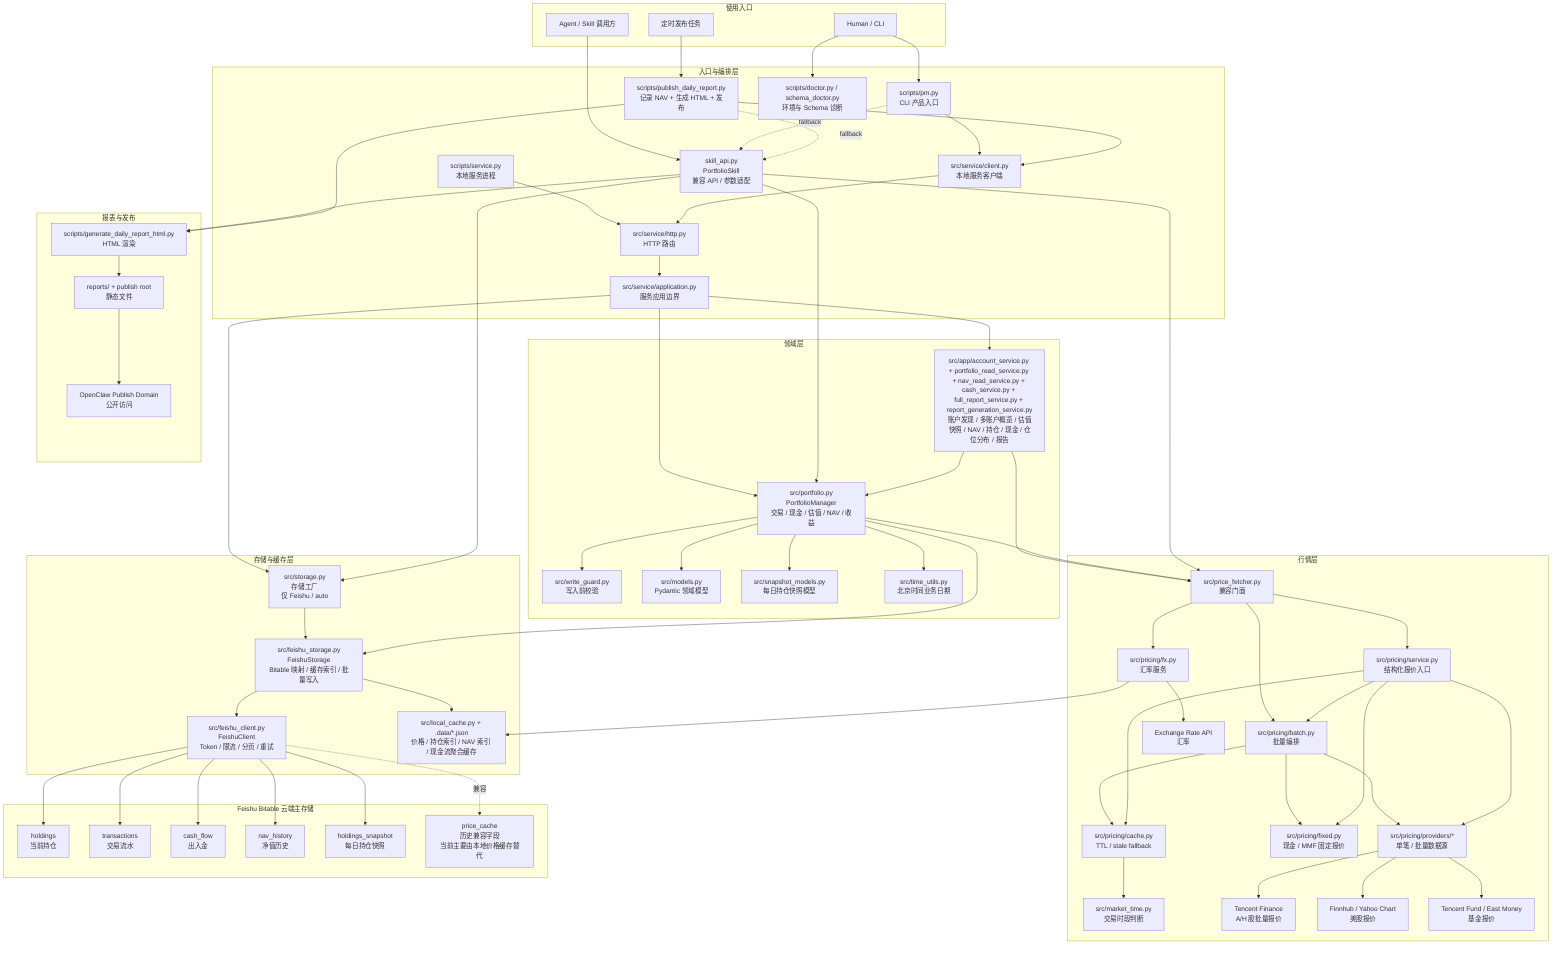
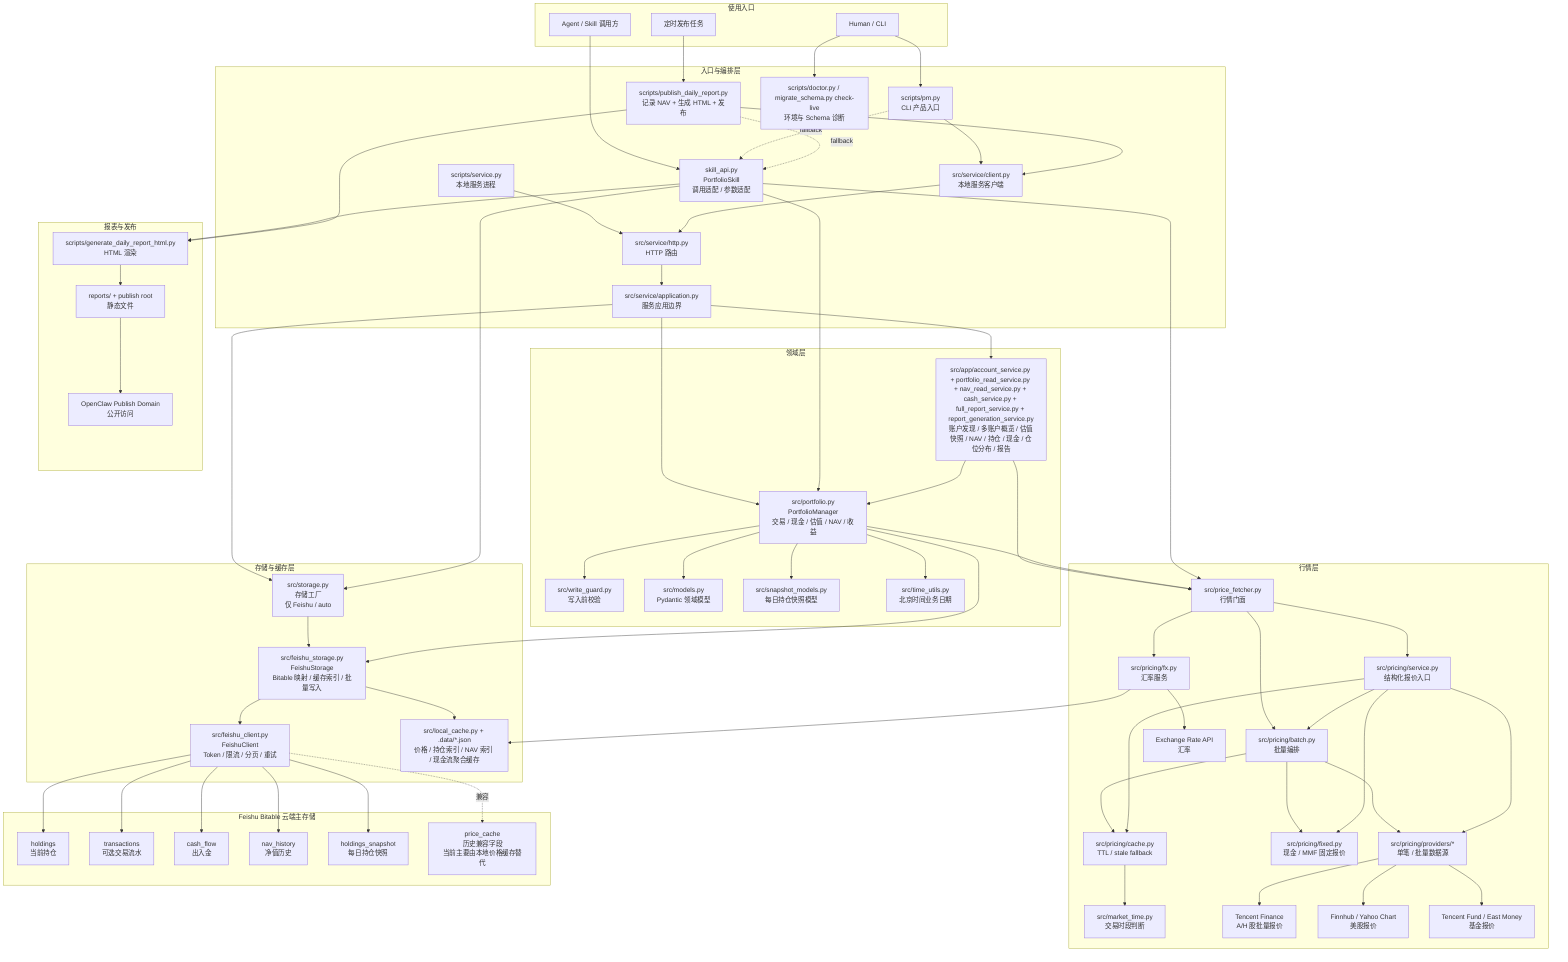
flowchart TB
    subgraph Operators["使用入口"]
        Agent["Agent / Skill 调用方"]
        Human["Human / CLI"]
        Scheduler["定时发布任务"]
    end

    subgraph Entry["入口与编排层"]
-         SkillAPI["skill_api.py<br/>PortfolioSkill<br/>兼容 API / 参数适配"]
+         SkillAPI["skill_api.py<br/>PortfolioSkill<br/>调用适配 / 参数适配"]
        CLI["scripts/pm.py<br/>CLI 产品入口"]
        ServiceRunner["scripts/service.py<br/>本地服务进程"]
        ServiceClient["src/service/client.py<br/>本地服务客户端"]
        ServiceHTTP["src/service/http.py<br/>HTTP 路由"]
        ServiceApp["src/service/application.py<br/>服务应用边界"]
        Publish["scripts/publish_daily_report.py<br/>记录 NAV + 生成 HTML + 发布"]
-         Doctor["scripts/doctor.py / schema_doctor.py<br/>环境与 Schema 诊断"]
+         Doctor["scripts/doctor.py / migrate_schema.py check-live<br/>环境与 Schema 诊断"]
    end

    subgraph Domain["领域层"]
        PM["src/portfolio.py<br/>PortfolioManager<br/>交易 / 现金 / 估值 / NAV / 收益"]
        AppRead["src/app/account_service.py + portfolio_read_service.py + nav_read_service.py + cash_service.py + full_report_service.py + report_generation_service.py<br/>账户发现 / 多账户概览 / 估值快照 / NAV / 持仓 / 现金 / 仓位分布 / 报告"]
        Guard["src/write_guard.py<br/>写入前校验"]
        Models["src/models.py<br/>Pydantic 领域模型"]
        Snapshot["src/snapshot_models.py<br/>每日持仓快照模型"]
        Time["src/time_utils.py<br/>北京时间业务日期"]
    end

    subgraph Pricing["行情层"]
-         PF["src/price_fetcher.py<br/>兼容门面"]
+         PF["src/price_fetcher.py<br/>行情门面"]
        PS["src/pricing/service.py<br/>结构化报价入口"]
        PBatch["src/pricing/batch.py<br/>批量编排"]
        PCache["src/pricing/cache.py<br/>TTL / stale fallback"]
        PFixed["src/pricing/fixed.py<br/>现金 / MMF 固定报价"]
        PFX["src/pricing/fx.py<br/>汇率服务"]
        PProviders["src/pricing/providers/*<br/>单笔 / 批量数据源"]
        MarketTime["src/market_time.py<br/>交易时段判断"]
        Tencent["Tencent Finance<br/>A/H 股批量报价"]
        USQuote["Finnhub / Yahoo Chart<br/>美股报价"]
        FundQuote["Tencent Fund / East Money<br/>基金报价"]
        FX["Exchange Rate API<br/>汇率"]
    end

    subgraph Storage["存储与缓存层"]
        Factory["src/storage.py<br/>存储工厂<br/>仅 Feishu / auto"]
        FS["src/feishu_storage.py<br/>FeishuStorage<br/>Bitable 映射 / 缓存索引 / 批量写入"]
        FC["src/feishu_client.py<br/>FeishuClient<br/>Token / 限流 / 分页 / 重试"]
        LocalCache["src/local_cache.py + .data/*.json<br/>价格 / 持仓索引 / NAV 索引 / 现金流聚合缓存"]
    end

    subgraph Bitable["Feishu Bitable 云端主存储"]
        Holdings["holdings<br/>当前持仓"]
-         Tx["transactions<br/>交易流水"]
+         Tx["transactions<br/>可选交易流水"]
        CashFlow["cash_flow<br/>出入金"]
        NAV["nav_history<br/>净值历史"]
        HoldingsSnapshot["holdings_snapshot<br/>每日持仓快照"]
        PriceCache["price_cache<br/>历史兼容字段<br/>当前主要由本地价格缓存替代"]
    end

    subgraph Report["报表与发布"]
        DailyHTML["scripts/generate_daily_report_html.py<br/>HTML 渲染"]
        Static["reports/ + publish root<br/>静态文件"]
        PublicSite["OpenClaw Publish Domain<br/>公开访问"]
    end

    Agent --> SkillAPI
    Human --> CLI
    Human --> Doctor
    Scheduler --> Publish

    CLI --> ServiceClient
    CLI -.fallback.-> SkillAPI
    ServiceRunner --> ServiceHTTP
    ServiceClient --> ServiceHTTP
    ServiceHTTP --> ServiceApp
    ServiceApp --> Factory
    ServiceApp --> PM
    ServiceApp --> AppRead
    Publish --> ServiceClient
    Publish -.fallback.-> SkillAPI
    SkillAPI --> Factory
    Factory --> FS
    SkillAPI --> PM
    SkillAPI --> PF
    AppRead --> PM
    AppRead --> PF
    PM --> Guard
    PM --> Models
    PM --> Snapshot
    PM --> Time
    PM --> FS
    PM --> PF

    PF --> PS
    PF --> PBatch
    PBatch --> PCache
    PBatch --> PFixed
    PBatch --> PProviders
    PS --> PBatch
    PS --> PProviders
    PS --> PCache
    PS --> PFixed
    PCache --> MarketTime
    PF --> PFX
    PProviders --> Tencent
    PProviders --> USQuote
    PProviders --> FundQuote
    PFX --> LocalCache
    PFX --> FX

    FS --> LocalCache
    FS --> FC
    FC --> Holdings
    FC --> Tx
    FC --> CashFlow
    FC --> NAV
    FC --> HoldingsSnapshot
    FC -.兼容.-> PriceCache

    SkillAPI --> DailyHTML
    Publish --> DailyHTML
    DailyHTML --> Static
    Static --> PublicSite
